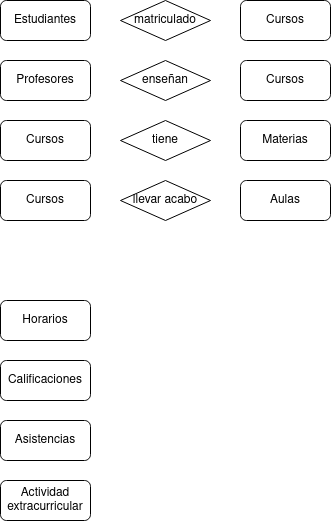
The draw.io diagram Unidad-1/Tareas/Tareas-evaluables/Tarea-evaluable-1/Ejercicio-evaluable-1.drawio.png in LuisMGlez/base-datos, before a commit. Source tidied: cells renumbered, new cells last; positions are measured from the earlier drawing's top-left corner, leaving out a move shared by most shapes.
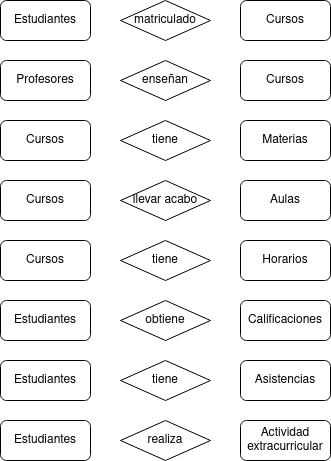
After the commit.

Change to the diagram source:
```diff
@@ -6,16 +6,16 @@
       <mxGeometry y="60" width="90" height="40" as="geometry" />
     </mxCell>
     <mxCell id="3" value="Actividad extracurricular" style="rounded=1;whiteSpace=wrap;html=1;" parent="1" vertex="1">
-      <mxGeometry y="480" width="90" height="40" as="geometry" />
+      <mxGeometry x="240" y="420" width="90" height="40" as="geometry" />
     </mxCell>
     <mxCell id="4" value="Asistencias" style="rounded=1;whiteSpace=wrap;html=1;" parent="1" vertex="1">
-      <mxGeometry y="420" width="90" height="40" as="geometry" />
+      <mxGeometry x="240" y="360" width="90" height="40" as="geometry" />
     </mxCell>
     <mxCell id="5" value="Calificaciones" style="rounded=1;whiteSpace=wrap;html=1;" parent="1" vertex="1">
-      <mxGeometry y="360" width="90" height="40" as="geometry" />
+      <mxGeometry x="240" y="300" width="90" height="40" as="geometry" />
     </mxCell>
     <mxCell id="6" value="Horarios" style="rounded=1;whiteSpace=wrap;html=1;" parent="1" vertex="1">
-      <mxGeometry y="300" width="90" height="40" as="geometry" />
+      <mxGeometry x="240" y="240" width="90" height="40" as="geometry" />
     </mxCell>
     <mxCell id="7" value="Aulas" style="rounded=1;whiteSpace=wrap;html=1;" parent="1" vertex="1">
       <mxGeometry x="240" y="180" width="90" height="40" as="geometry" />
@@ -50,5 +50,29 @@
     <mxCell id="17" value="llevar acabo" style="rhombus;whiteSpace=wrap;html=1;" parent="1" vertex="1">
       <mxGeometry x="120" y="180" width="90" height="40" as="geometry" />
     </mxCell>
+    <mxCell id="18" value="Cursos" style="rounded=1;whiteSpace=wrap;html=1;" parent="1" vertex="1">
+      <mxGeometry y="240" width="90" height="40" as="geometry" />
+    </mxCell>
+    <mxCell id="19" value="tiene" style="rhombus;whiteSpace=wrap;html=1;" parent="1" vertex="1">
+      <mxGeometry x="120" y="240" width="90" height="40" as="geometry" />
+    </mxCell>
+    <mxCell id="20" value="Estudiantes" style="rounded=1;whiteSpace=wrap;html=1;" parent="1" vertex="1">
+      <mxGeometry y="300" width="90" height="40" as="geometry" />
+    </mxCell>
+    <mxCell id="21" value="obtiene" style="rhombus;whiteSpace=wrap;html=1;" parent="1" vertex="1">
+      <mxGeometry x="120" y="300" width="90" height="40" as="geometry" />
+    </mxCell>
+    <mxCell id="22" value="Estudiantes" style="rounded=1;whiteSpace=wrap;html=1;" parent="1" vertex="1">
+      <mxGeometry y="360" width="90" height="40" as="geometry" />
+    </mxCell>
+    <mxCell id="23" value="tiene" style="rhombus;whiteSpace=wrap;html=1;" parent="1" vertex="1">
+      <mxGeometry x="120" y="360" width="90" height="40" as="geometry" />
+    </mxCell>
+    <mxCell id="24" value="Estudiantes" style="rounded=1;whiteSpace=wrap;html=1;" parent="1" vertex="1">
+      <mxGeometry y="420" width="90" height="40" as="geometry" />
+    </mxCell>
+    <mxCell id="25" value="realiza" style="rhombus;whiteSpace=wrap;html=1;" parent="1" vertex="1">
+      <mxGeometry x="120" y="420" width="90" height="40" as="geometry" />
+    </mxCell>
   </root>
 </mxGraphModel>
```
